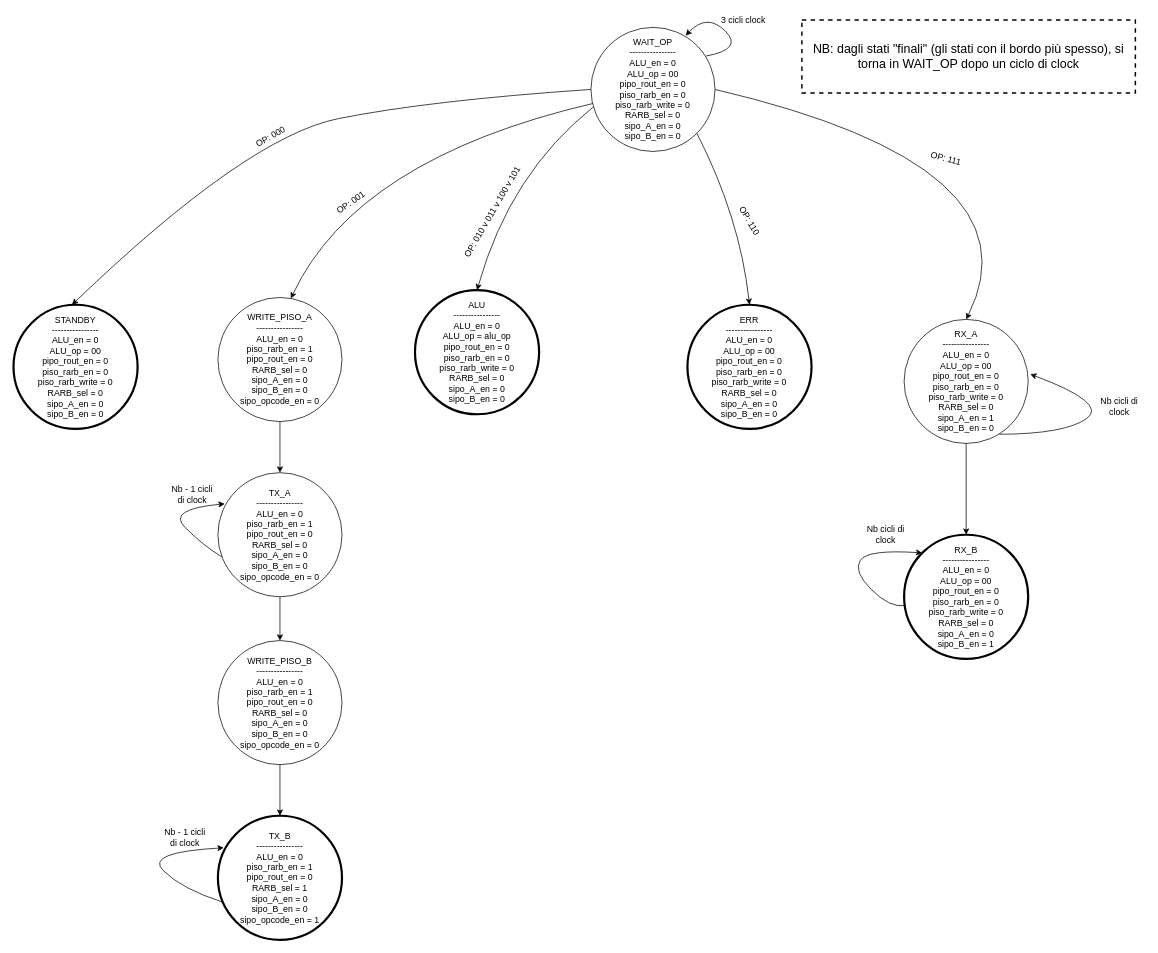
This is docs/fsm_bella.drawio from fdila/Multi-Operation-ALU-VHDL, a draw.io file, before an edit. Source tidied: cells renumbered, new cells numbered last; positions are measured from the earlier drawing's top-left corner, leaving out a move shared by most shapes. Both pictures are drawn from the tidied source at 73%, with x=0, y=0 at pixel (13, 12).
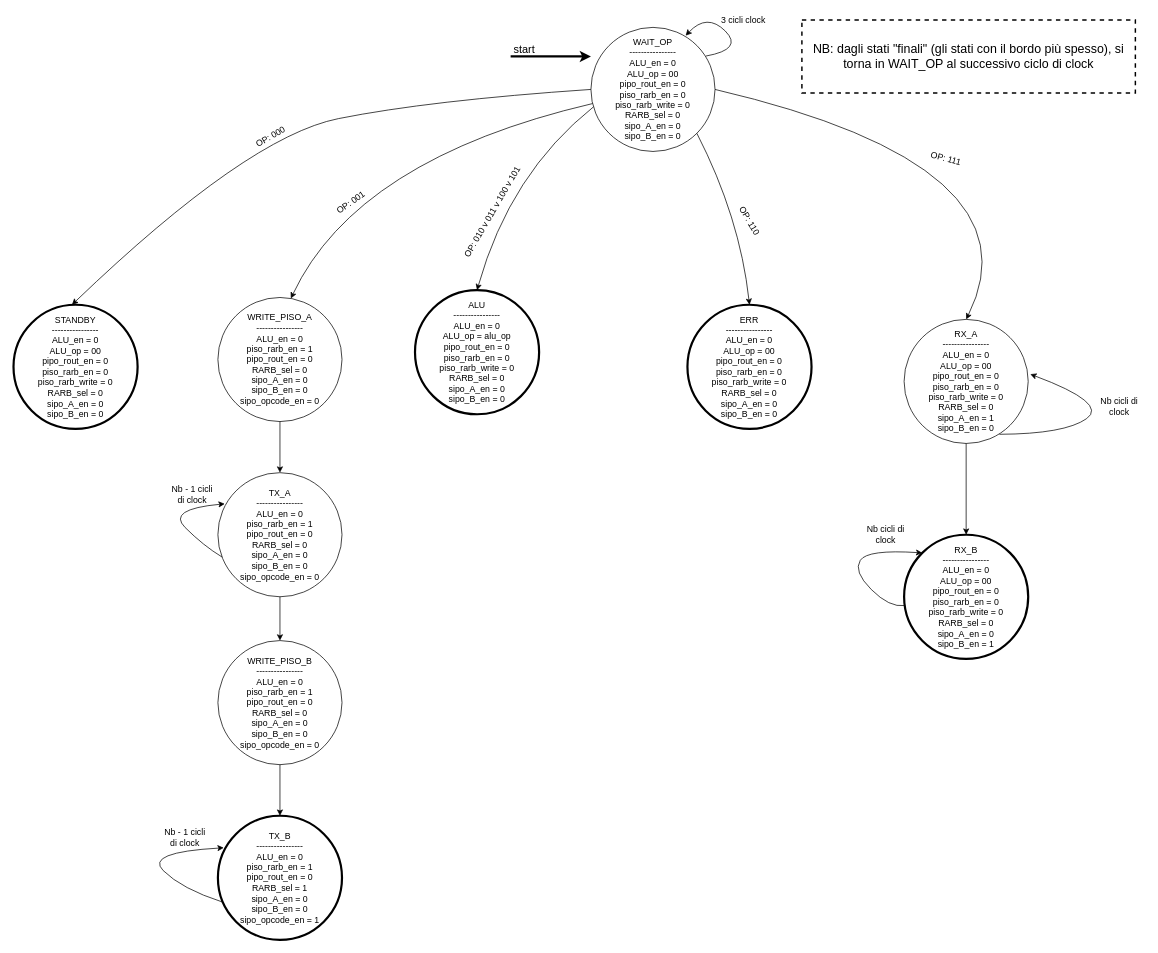
After the change.

Diff of the diagram source:
```diff
@@
-    <mxCell id="36" value="&lt;font style=&quot;font-size: 17px&quot;&gt;NB: dagli stati &quot;finali&quot; (gli stati con il bordo più spesso), si torna in WAIT_OP dopo un ciclo di clock&lt;/font&gt;" style="text;html=1;fillColor=none;align=center;verticalAlign=middle;whiteSpace=wrap;rounded=0;dashed=1;strokeColor=#000000;strokeWidth=2;spacing=6;perimeterSpacing=4;" parent="1" vertex="1">
+    <mxCell id="36" value="&lt;font style=&quot;font-size: 17px&quot;&gt;NB: dagli stati &quot;finali&quot; (gli stati con il bordo più spesso), si torna in WAIT_OP al successivo ciclo di clock&lt;/font&gt;" style="text;html=1;fillColor=none;align=center;verticalAlign=middle;whiteSpace=wrap;rounded=0;dashed=1;strokeColor=#000000;strokeWidth=2;spacing=6;perimeterSpacing=4;" parent="1" vertex="1">
       <mxGeometry x="1080" y="10" width="456.8" height="100" as="geometry" />
     </mxCell>
+    <mxCell id="37" style="endArrow=classic;html=1;strokeWidth=3;" parent="1" edge="1">
+      <mxGeometry relative="1" as="geometry">
+        <mxPoint x="681" y="59.8" as="sourcePoint" />
+        <mxPoint x="791" y="59.8" as="targetPoint" />
+      </mxGeometry>
+    </mxCell>
+    <mxCell id="38" value="&lt;font style=&quot;font-size: 15px&quot;&gt;start&lt;/font&gt;" style="text;html=1;strokeColor=none;fillColor=none;align=center;verticalAlign=middle;whiteSpace=wrap;rounded=0;" parent="1" vertex="1">
+      <mxGeometry x="680" y="40" width="40" height="20" as="geometry" />
+    </mxCell>
```
